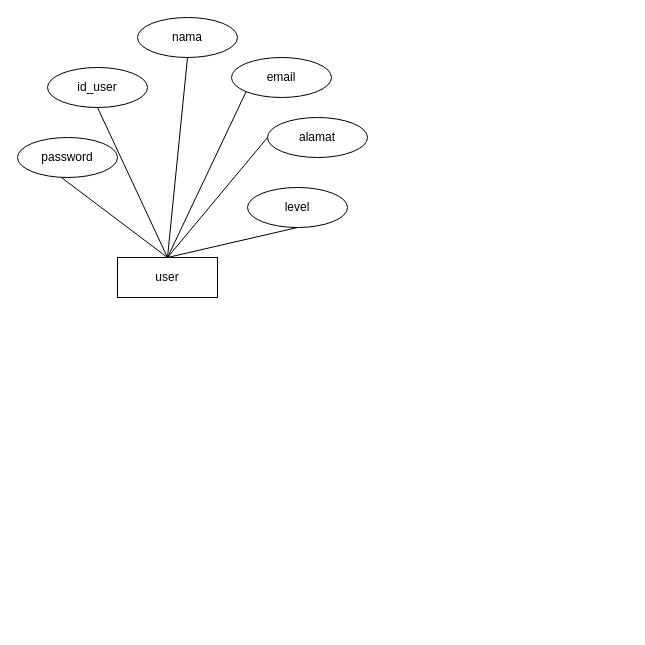
The draw.io diagram page "erd" (23 of 23) of Untitled Diagram.drawio in dreamergirl01/uml_bankSampah, before the edit. Source tidied: cells renumbered, new cells numbered last; positions are measured from the earlier drawing's top-left corner, leaving out a move shared by most shapes. Both pictures are drawn from the tidied source at 100%, with x=0, y=0 at pixel (17, 17).
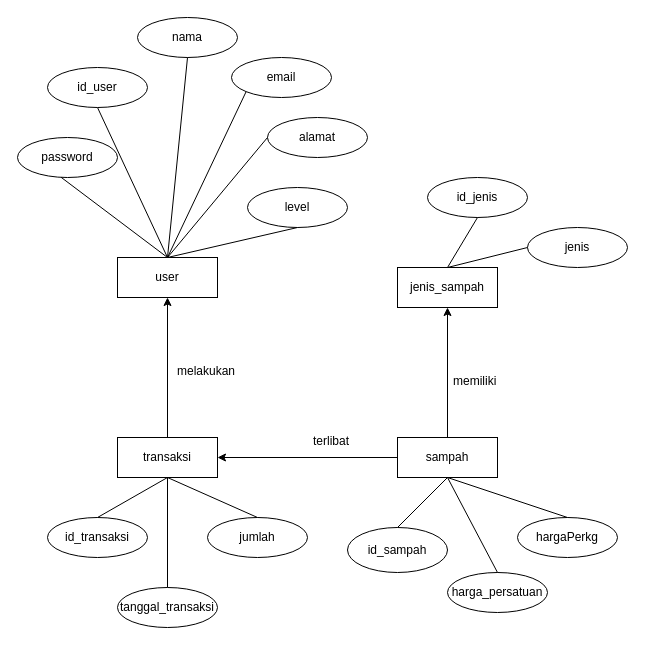
After the change.

The change refers to these unchanged cells:
```xml
<mxCell id="2" value="user" style="whiteSpace=wrap;html=1;align=center;" parent="1" vertex="1">
  <mxGeometry x="100" y="240" width="100" height="40" as="geometry" />
</mxCell>
```

Diff of the diagram source:
```diff
@@
+    <mxCell id="15" style="edgeStyle=orthogonalEdgeStyle;rounded=0;jettySize=auto;html=1;entryX=0.5;entryY=1;entryDx=0;entryDy=0;" parent="1" edge="1" source="16" target="2">
+      <mxGeometry relative="1" as="geometry" />
+    </mxCell>
+    <mxCell id="16" value="transaksi" style="whiteSpace=wrap;html=1;align=center;" parent="1" vertex="1">
+      <mxGeometry x="100" y="420" width="100" height="40" as="geometry" />
+    </mxCell>
+    <mxCell id="17" value="melakukan" style="text;strokeColor=none;fillColor=none;spacingLeft=4;spacingRight=4;overflow=hidden;fontSize=12;whiteSpace=wrap;html=1;" parent="1" vertex="1">
+      <mxGeometry x="154" y="340" width="76" height="30" as="geometry" />
+    </mxCell>
+    <mxCell id="18" value="jumlah" style="ellipse;whiteSpace=wrap;html=1;align=center;" parent="1" vertex="1">
+      <mxGeometry x="190" y="500" width="100" height="40" as="geometry" />
+    </mxCell>
+    <mxCell id="19" value="tanggal_transaksi" style="ellipse;whiteSpace=wrap;html=1;align=center;" parent="1" vertex="1">
+      <mxGeometry x="100" y="570" width="100" height="40" as="geometry" />
+    </mxCell>
+    <mxCell id="20" value="id_transaksi" style="ellipse;whiteSpace=wrap;html=1;align=center;" parent="1" vertex="1">
+      <mxGeometry x="30" y="500" width="100" height="40" as="geometry" />
+    </mxCell>
+    <mxCell id="21" style="endArrow=none;html=1;rounded=0;exitX=0.5;exitY=0;exitDx=0;exitDy=0;entryX=0.5;entryY=1;entryDx=0;entryDy=0;" parent="1" edge="1" source="20" target="16">
+      <mxGeometry relative="1" as="geometry" />
+    </mxCell>
+    <mxCell id="22" style="endArrow=none;html=1;rounded=0;exitX=0.5;exitY=0;exitDx=0;exitDy=0;" parent="1" edge="1" source="19" target="16">
+      <mxGeometry relative="1" as="geometry" />
+    </mxCell>
+    <mxCell id="23" style="endArrow=none;html=1;rounded=0;exitX=0.5;exitY=0;exitDx=0;exitDy=0;entryX=0.5;entryY=1;entryDx=0;entryDy=0;" parent="1" edge="1" source="18" target="16">
+      <mxGeometry relative="1" as="geometry" />
+    </mxCell>
+    <mxCell id="24" style="edgeStyle=orthogonalEdgeStyle;rounded=0;jettySize=auto;html=1;entryX=1;entryY=0.5;entryDx=0;entryDy=0;" parent="1" edge="1" source="26" target="16">
+      <mxGeometry relative="1" as="geometry" />
+    </mxCell>
+    <mxCell id="25" style="edgeStyle=orthogonalEdgeStyle;rounded=0;jettySize=auto;html=1;entryX=0.5;entryY=1;entryDx=0;entryDy=0;" parent="1" edge="1" source="26" target="34">
+      <mxGeometry relative="1" as="geometry" />
+    </mxCell>
+    <mxCell id="26" value="sampah" style="whiteSpace=wrap;html=1;align=center;" parent="1" vertex="1">
+      <mxGeometry x="380" y="420" width="100" height="40" as="geometry" />
+    </mxCell>
+    <mxCell id="27" value="terlibat" style="text;strokeColor=none;fillColor=none;spacingLeft=4;spacingRight=4;overflow=hidden;fontSize=12;whiteSpace=wrap;html=1;" parent="1" vertex="1">
+      <mxGeometry x="290" y="410" width="60" height="30" as="geometry" />
+    </mxCell>
+    <mxCell id="28" value="id_sampah" style="ellipse;whiteSpace=wrap;html=1;align=center;" parent="1" vertex="1">
+      <mxGeometry x="330" y="510" width="100" height="45" as="geometry" />
+    </mxCell>
+    <mxCell id="29" value="hargaPerkg" style="ellipse;whiteSpace=wrap;html=1;align=center;" parent="1" vertex="1">
+      <mxGeometry x="500" y="500" width="100" height="40" as="geometry" />
+    </mxCell>
+    <mxCell id="30" value="harga_persatuan" style="ellipse;whiteSpace=wrap;html=1;align=center;" parent="1" vertex="1">
+      <mxGeometry x="430" y="555" width="100" height="40" as="geometry" />
+    </mxCell>
+    <mxCell id="31" style="endArrow=none;html=1;rounded=0;entryX=0.5;entryY=1;entryDx=0;entryDy=0;exitX=0.5;exitY=0;exitDx=0;exitDy=0;" parent="1" edge="1" source="28" target="26">
+      <mxGeometry relative="1" as="geometry" />
+    </mxCell>
+    <mxCell id="32" style="endArrow=none;html=1;rounded=0;entryX=0.5;entryY=1;entryDx=0;entryDy=0;exitX=0.5;exitY=0;exitDx=0;exitDy=0;" parent="1" edge="1" source="30" target="26">
+      <mxGeometry relative="1" as="geometry" />
+    </mxCell>
+    <mxCell id="33" style="endArrow=none;html=1;rounded=0;entryX=0.5;entryY=1;entryDx=0;entryDy=0;exitX=0.5;exitY=0;exitDx=0;exitDy=0;" parent="1" edge="1" source="29" target="26">
+      <mxGeometry relative="1" as="geometry" />
+    </mxCell>
+    <mxCell id="34" value="jenis_sampah" style="whiteSpace=wrap;html=1;align=center;" parent="1" vertex="1">
+      <mxGeometry x="380" y="250" width="100" height="40" as="geometry" />
+    </mxCell>
+    <mxCell id="35" value="memiliki" style="text;strokeColor=none;fillColor=none;spacingLeft=4;spacingRight=4;overflow=hidden;fontSize=12;whiteSpace=wrap;html=1;" parent="1" vertex="1">
+      <mxGeometry x="430" y="350" width="60" height="30" as="geometry" />
+    </mxCell>
+    <mxCell id="36" value="jenis" style="ellipse;whiteSpace=wrap;html=1;align=center;" parent="1" vertex="1">
+      <mxGeometry x="510" y="210" width="100" height="40" as="geometry" />
+    </mxCell>
+    <mxCell id="37" value="id_jenis" style="ellipse;whiteSpace=wrap;html=1;align=center;" parent="1" vertex="1">
+      <mxGeometry x="410" y="160" width="100" height="40" as="geometry" />
+    </mxCell>
+    <mxCell id="38" style="endArrow=none;html=1;rounded=0;entryX=0.5;entryY=1;entryDx=0;entryDy=0;exitX=0.5;exitY=0;exitDx=0;exitDy=0;" parent="1" edge="1" source="34" target="37">
+      <mxGeometry relative="1" as="geometry" />
+    </mxCell>
+    <mxCell id="39" style="endArrow=none;html=1;rounded=0;entryX=0;entryY=0.5;entryDx=0;entryDy=0;exitX=0.5;exitY=0;exitDx=0;exitDy=0;" parent="1" edge="1" source="34" target="36">
+      <mxGeometry relative="1" as="geometry" />
+    </mxCell>
```
